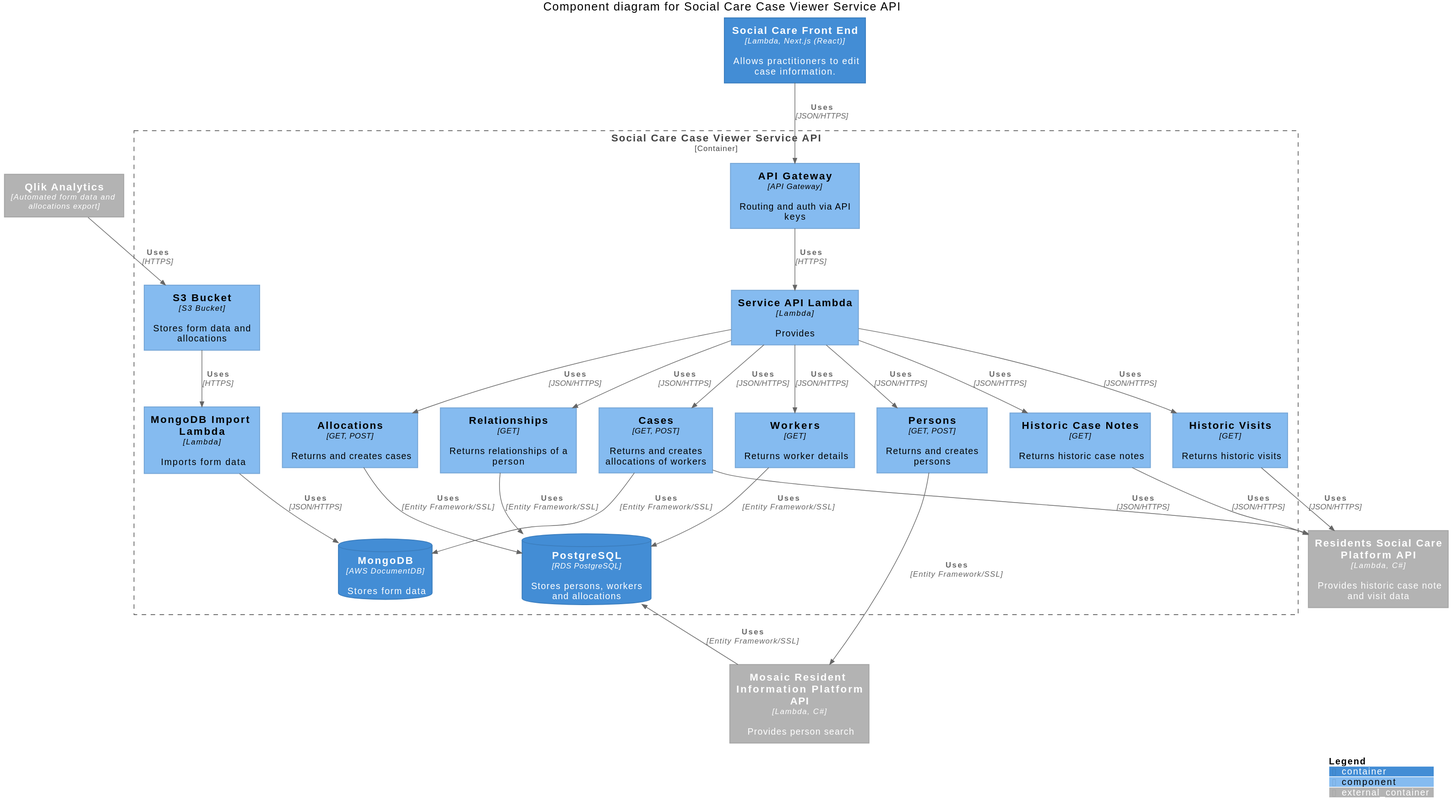
Before: docs/component-diagram.svg, a diagram exported from PlantUML (LBHackney-IT/social-care-case-viewer-api).
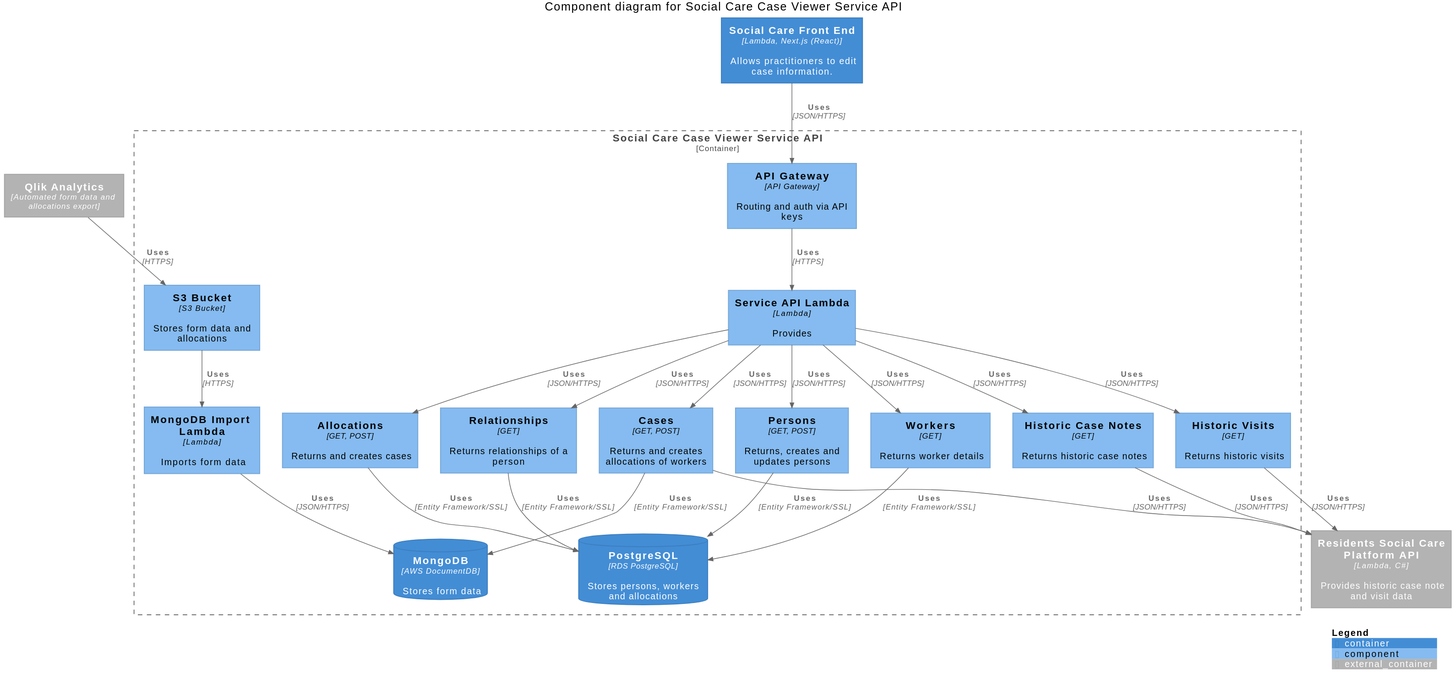
The same file after the commit.

The edit, as a diff of the source:
```diff
@@ -8,7 +8,6 @@
 Container_Ext(qlik, "Qlik Analytics", "Automated form data and allocations export")
 Container(social_care_front_end, "Social Care Front End", "Lambda, Next.js (React)", "Allows practitioners to edit case information.")
 Container_Ext(resident_social_care_platform_api, "Residents Social Care Platform API",  "Lambda, C#", "Provides historic case note and visit data")
-Container_Ext(mosaic_platform_api, "Mosaic Resident Information Platform API", "Lambda, C#", "Provides person search")
 
 Container_Boundary(api, "Social Care Case Viewer Service API") {
     Component(api_gateway, "API Gateway", "API Gateway", "Routing and auth via API keys")
@@ -16,7 +15,7 @@
     Component(mongodb_import_lambda, "MongoDB Import Lambda", "Lambda", "Imports form data")
     Component(s3_bucket, "S3 Bucket", "S3 Bucket", "Stores form data and allocations")
 
-    Component(persons, "Persons", "GET, POST", "Returns and creates persons")
+    Component(persons, "Persons", "GET, POST", "Returns, creates and updates persons")
     Component(workers, "Workers", "GET", "Returns worker details")
     Component(allocations, "Allocations", "GET, POST", "Returns and creates cases")
     Component(cases, "Cases", "GET, POST", "Returns and creates allocations of workers")
@@ -36,8 +35,7 @@
     Rel(social_care_front_end, api_gateway, "Uses", "JSON/HTTPS")
 
     Rel(api_lambda, persons, "Uses", "JSON/HTTPS")
-    Rel(persons, mosaic_platform_api, "Uses", "Entity Framework/SSL")
-    Rel_U(mosaic_platform_api, postgres, "Uses", "Entity Framework/SSL")
+    Rel(persons, postgres, "Uses", "Entity Framework/SSL")
 
     Rel(api_lambda, workers, "Uses", "JSON/HTTPS")
     Rel(workers, postgres, "Uses", "Entity Framework/SSL")
```
